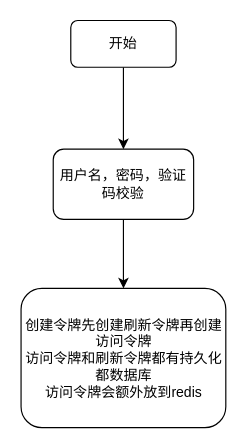
This is login/ruoyi-vue-pro-login.drawio from meijinwu/flow-chart, a draw.io file, before an edit. Source tidied: cells renumbered, new cells numbered last; positions are measured from the earlier drawing's top-left corner, leaving out a move shared by most shapes. Both pictures are drawn from the tidied source at 117%, with x=0, y=0 at pixel (21, 20).
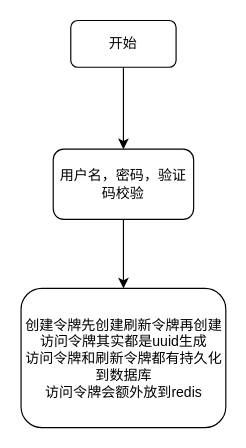
The same page after the edit.

Diff of the diagram source:
```diff
@@
 <mxGraphModel>
   <root>
     <mxCell id="0" />
     <mxCell id="1" parent="0" />
     <mxCell id="2" style="edgeStyle=orthogonalEdgeStyle;rounded=0;jettySize=auto;html=1;" parent="1" edge="1" source="3" target="5">
       <mxGeometry relative="1" as="geometry" />
     </mxCell>
     <mxCell id="3" value="开始" style="rounded=1;whiteSpace=wrap;html=1;" parent="1" vertex="1">
       <mxGeometry x="42" width="90" height="40" as="geometry" />
     </mxCell>
     <mxCell id="4" style="edgeStyle=orthogonalEdgeStyle;rounded=0;jettySize=auto;html=1;" parent="1" edge="1" source="5" target="6">
       <mxGeometry relative="1" as="geometry" />
     </mxCell>
     <mxCell id="5" value="用户名，密码，验证码校验" style="whiteSpace=wrap;html=1;rounded=1;" parent="1" vertex="1">
       <mxGeometry x="27" y="110" width="120" height="60" as="geometry" />
     </mxCell>
-    <mxCell id="6" value="创建令牌先创建刷新令牌再创建访问令牌&lt;br&gt;访问令牌和刷新令牌都有持久化都数据库&lt;br&gt;访问令牌会额外放到redis" style="whiteSpace=wrap;html=1;rounded=1;" parent="1" vertex="1">
+    <mxCell id="6" value="创建令牌先创建刷新令牌再创建访问令牌其实都是uuid生成&lt;br&gt;访问令牌和刷新令牌都有持久化到数据库&lt;br&gt;访问令牌会额外放到redis" style="whiteSpace=wrap;html=1;rounded=1;" parent="1" vertex="1">
       <mxGeometry x="-0.5" y="229" width="175" height="119" as="geometry" />
     </mxCell>
   </root>
 </mxGraphModel>
```
